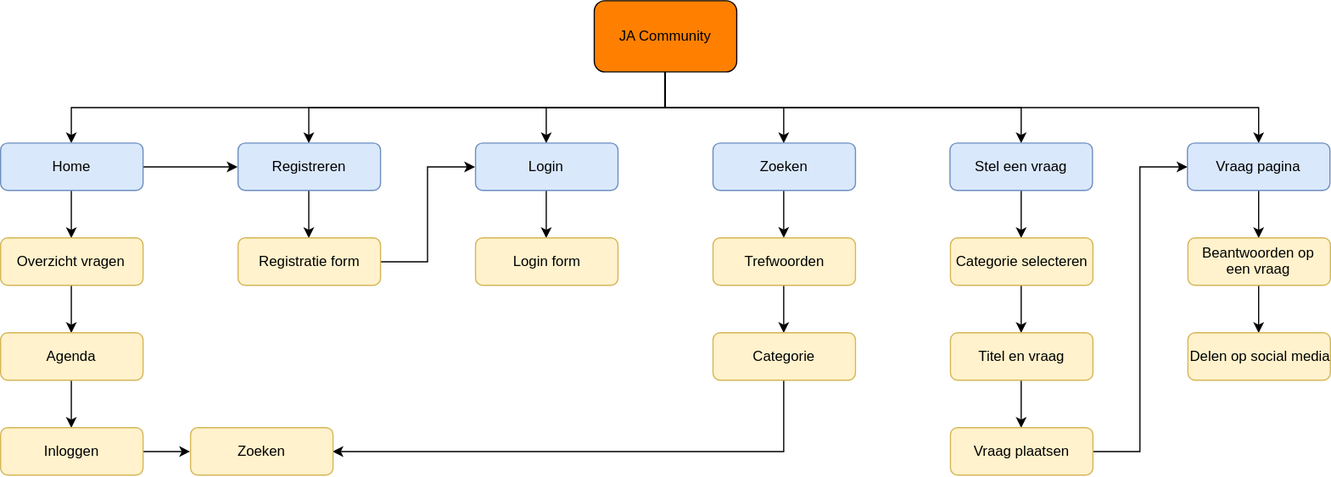
The draw.io diagram docs/Flowchart.svg in LimitedDani/My-Band-Project, before a commit. Source tidied: cells renumbered, new cells last; positions are measured from the earlier drawing's top-left corner, leaving out a move shared by most shapes. Its diagram source:
```xml
<mxGraphModel background="#ffffff">
  <root>
    <mxCell id="0" />
    <mxCell id="1" parent="0" />
    <mxCell id="2" style="edgeStyle=orthogonalEdgeStyle;rounded=0;html=1;exitX=0.5;exitY=1;entryX=0.5;entryY=0;jettySize=auto;" parent="1" edge="1" source="8" target="11">
      <mxGeometry relative="1" as="geometry" />
    </mxCell>
    <mxCell id="3" style="edgeStyle=orthogonalEdgeStyle;rounded=0;html=1;exitX=0.5;exitY=1;entryX=0.5;entryY=0;jettySize=auto;" parent="1" edge="1" source="8" target="13">
      <mxGeometry relative="1" as="geometry" />
    </mxCell>
    <mxCell id="4" style="edgeStyle=orthogonalEdgeStyle;rounded=0;html=1;exitX=0.5;exitY=1;entryX=0.5;entryY=0;jettySize=auto;" parent="1" edge="1" source="8" target="15">
      <mxGeometry relative="1" as="geometry" />
    </mxCell>
    <mxCell id="5" style="edgeStyle=orthogonalEdgeStyle;rounded=0;html=1;exitX=0.5;exitY=1;entryX=0.5;entryY=0;jettySize=auto;" parent="1" edge="1" source="8" target="17">
      <mxGeometry relative="1" as="geometry" />
    </mxCell>
    <mxCell id="6" style="edgeStyle=orthogonalEdgeStyle;rounded=0;html=1;exitX=0.5;exitY=1;entryX=0.5;entryY=0;jettySize=auto;" parent="1" edge="1" source="8" target="19">
      <mxGeometry relative="1" as="geometry" />
    </mxCell>
    <mxCell id="7" style="edgeStyle=orthogonalEdgeStyle;rounded=0;html=1;exitX=0.5;exitY=1;entryX=0.5;entryY=0;jettySize=auto;" parent="1" edge="1" source="8" target="40">
      <mxGeometry relative="1" as="geometry" />
    </mxCell>
    <mxCell id="8" value="JA Community" style="rounded=1;whiteSpace=wrap;html=1;fillColor=#FF8000;" parent="1" vertex="1">
      <mxGeometry x="500" width="120" height="60" as="geometry" />
    </mxCell>
    <mxCell id="9" style="edgeStyle=orthogonalEdgeStyle;rounded=0;html=1;exitX=0.5;exitY=1;entryX=0.5;entryY=0;jettySize=auto;" parent="1" edge="1" source="11" target="21">
      <mxGeometry relative="1" as="geometry" />
    </mxCell>
    <mxCell id="10" style="edgeStyle=orthogonalEdgeStyle;rounded=0;html=1;exitX=1;exitY=0.5;entryX=0;entryY=0.5;jettySize=auto;" parent="1" edge="1" source="11" target="13">
      <mxGeometry relative="1" as="geometry" />
    </mxCell>
    <mxCell id="11" value="Home" style="rounded=1;whiteSpace=wrap;html=1;fillColor=#dae8fc;strokeColor=#6c8ebf;" parent="1" vertex="1">
      <mxGeometry y="120" width="120" height="40" as="geometry" />
    </mxCell>
    <mxCell id="12" style="edgeStyle=orthogonalEdgeStyle;rounded=0;html=1;exitX=0.5;exitY=1;entryX=0.5;entryY=0;jettySize=auto;" parent="1" edge="1" source="13" target="27">
      <mxGeometry relative="1" as="geometry" />
    </mxCell>
    <mxCell id="13" value="Registreren" style="rounded=1;whiteSpace=wrap;html=1;fillColor=#dae8fc;strokeColor=#6c8ebf;" parent="1" vertex="1">
      <mxGeometry x="200" y="120" width="120" height="40" as="geometry" />
    </mxCell>
    <mxCell id="14" style="edgeStyle=orthogonalEdgeStyle;rounded=0;html=1;entryX=0.5;entryY=0;jettySize=auto;" parent="1" edge="1" source="15" target="29">
      <mxGeometry relative="1" as="geometry" />
    </mxCell>
    <mxCell id="15" value="Login" style="rounded=1;whiteSpace=wrap;html=1;fillColor=#dae8fc;strokeColor=#6c8ebf;" parent="1" vertex="1">
      <mxGeometry x="400" y="120" width="120" height="40" as="geometry" />
    </mxCell>
    <mxCell id="16" style="edgeStyle=orthogonalEdgeStyle;rounded=0;html=1;exitX=0.5;exitY=1;jettySize=auto;" parent="1" edge="1" source="17" target="31">
      <mxGeometry relative="1" as="geometry" />
    </mxCell>
    <mxCell id="17" value="Zoeken" style="rounded=1;whiteSpace=wrap;html=1;fillColor=#dae8fc;strokeColor=#6c8ebf;" parent="1" vertex="1">
      <mxGeometry x="600" y="120" width="120" height="40" as="geometry" />
    </mxCell>
    <mxCell id="18" style="edgeStyle=orthogonalEdgeStyle;rounded=0;html=1;exitX=0.5;exitY=1;entryX=0.5;entryY=0;jettySize=auto;" parent="1" edge="1" source="19" target="36">
      <mxGeometry relative="1" as="geometry" />
    </mxCell>
    <mxCell id="19" value="Stel een vraag" style="rounded=1;whiteSpace=wrap;html=1;fillColor=#dae8fc;strokeColor=#6c8ebf;" parent="1" vertex="1">
      <mxGeometry x="799.6" y="120" width="120" height="40" as="geometry" />
    </mxCell>
    <mxCell id="20" style="edgeStyle=orthogonalEdgeStyle;rounded=0;html=1;exitX=0.5;exitY=1;entryX=0.5;entryY=0;jettySize=auto;" parent="1" edge="1" source="21" target="23">
      <mxGeometry relative="1" as="geometry" />
    </mxCell>
    <mxCell id="21" value="Overzicht vragen" style="rounded=1;whiteSpace=wrap;html=1;fillColor=#fff2cc;strokeColor=#d6b656;" parent="1" vertex="1">
      <mxGeometry y="200" width="120" height="40" as="geometry" />
    </mxCell>
    <mxCell id="22" style="edgeStyle=orthogonalEdgeStyle;rounded=0;html=1;exitX=0.5;exitY=1;entryX=0.5;entryY=0;jettySize=auto;" parent="1" edge="1" source="23" target="25">
      <mxGeometry relative="1" as="geometry" />
    </mxCell>
    <mxCell id="23" value="Agenda" style="rounded=1;whiteSpace=wrap;html=1;fillColor=#fff2cc;strokeColor=#d6b656;" parent="1" vertex="1">
      <mxGeometry y="280" width="120" height="40" as="geometry" />
    </mxCell>
    <mxCell id="24" style="edgeStyle=orthogonalEdgeStyle;rounded=0;html=1;exitX=1;exitY=0.5;entryX=0;entryY=0.5;jettySize=auto;" parent="1" edge="1" source="25" target="34">
      <mxGeometry relative="1" as="geometry" />
    </mxCell>
    <mxCell id="25" value="Inloggen" style="rounded=1;whiteSpace=wrap;html=1;fillColor=#fff2cc;strokeColor=#d6b656;" parent="1" vertex="1">
      <mxGeometry y="360" width="120" height="40" as="geometry" />
    </mxCell>
    <mxCell id="26" style="edgeStyle=orthogonalEdgeStyle;rounded=0;html=1;exitX=1;exitY=0.5;entryX=0;entryY=0.5;jettySize=auto;" parent="1" edge="1" source="27" target="15">
      <mxGeometry relative="1" as="geometry" />
    </mxCell>
    <mxCell id="27" value="Registratie form" style="rounded=1;whiteSpace=wrap;html=1;fillColor=#fff2cc;strokeColor=#d6b656;" parent="1" vertex="1">
      <mxGeometry x="200" y="200" width="120" height="40" as="geometry" />
    </mxCell>
    <mxCell id="28" style="edgeStyle=orthogonalEdgeStyle;rounded=0;html=1;exitX=0.5;exitY=0;entryX=0.5;entryY=0;jettySize=auto;orthogonalLoop=1;" parent="1" edge="1" source="13" target="13">
      <mxGeometry relative="1" as="geometry" />
    </mxCell>
    <mxCell id="29" value="Login form" style="rounded=1;whiteSpace=wrap;html=1;fillColor=#fff2cc;strokeColor=#d6b656;" parent="1" vertex="1">
      <mxGeometry x="400" y="200" width="120" height="40" as="geometry" />
    </mxCell>
    <mxCell id="30" style="edgeStyle=orthogonalEdgeStyle;rounded=0;html=1;exitX=0.5;exitY=1;entryX=0.5;entryY=0;jettySize=auto;" parent="1" edge="1" source="31" target="33">
      <mxGeometry relative="1" as="geometry" />
    </mxCell>
    <mxCell id="31" value="Trefwoorden" style="rounded=1;whiteSpace=wrap;html=1;fillColor=#fff2cc;strokeColor=#d6b656;" parent="1" vertex="1">
      <mxGeometry x="600" y="200" width="120" height="40" as="geometry" />
    </mxCell>
    <mxCell id="32" style="edgeStyle=orthogonalEdgeStyle;rounded=0;html=1;exitX=0.5;exitY=1;entryX=1;entryY=0.5;jettySize=auto;" parent="1" edge="1" source="33" target="34">
      <mxGeometry relative="1" as="geometry" />
    </mxCell>
    <mxCell id="33" value="Categorie" style="rounded=1;whiteSpace=wrap;html=1;fillColor=#fff2cc;strokeColor=#d6b656;" parent="1" vertex="1">
      <mxGeometry x="600" y="280" width="120" height="40" as="geometry" />
    </mxCell>
    <mxCell id="34" value="Zoeken" style="rounded=1;whiteSpace=wrap;html=1;fillColor=#fff2cc;strokeColor=#d6b656;" parent="1" vertex="1">
      <mxGeometry x="160" y="360" width="120" height="40" as="geometry" />
    </mxCell>
    <mxCell id="35" style="edgeStyle=orthogonalEdgeStyle;rounded=0;html=1;exitX=0.5;exitY=1;entryX=0.5;entryY=0;jettySize=auto;" parent="1" edge="1" source="36" target="38">
      <mxGeometry relative="1" as="geometry" />
    </mxCell>
    <mxCell id="36" value="Categorie selecteren" style="rounded=1;whiteSpace=wrap;html=1;fillColor=#fff2cc;strokeColor=#d6b656;" parent="1" vertex="1">
      <mxGeometry x="800" y="200" width="120" height="40" as="geometry" />
    </mxCell>
    <mxCell id="37" style="edgeStyle=orthogonalEdgeStyle;rounded=0;html=1;exitX=0.5;exitY=1;entryX=0.5;entryY=0;jettySize=auto;" parent="1" edge="1" source="38" target="45">
      <mxGeometry relative="1" as="geometry" />
    </mxCell>
    <mxCell id="38" value="Titel en vraag" style="rounded=1;whiteSpace=wrap;html=1;fillColor=#fff2cc;strokeColor=#d6b656;" parent="1" vertex="1">
      <mxGeometry x="800" y="280" width="120" height="40" as="geometry" />
    </mxCell>
    <mxCell id="39" style="edgeStyle=orthogonalEdgeStyle;rounded=0;html=1;exitX=0.5;exitY=1;entryX=0.5;entryY=0;jettySize=auto;" parent="1" edge="1" source="40" target="42">
      <mxGeometry relative="1" as="geometry" />
    </mxCell>
    <mxCell id="40" value="Vraag pagina" style="rounded=1;whiteSpace=wrap;html=1;fillColor=#dae8fc;strokeColor=#6c8ebf;" parent="1" vertex="1">
      <mxGeometry x="999.6" y="120" width="120" height="40" as="geometry" />
    </mxCell>
    <mxCell id="41" style="edgeStyle=orthogonalEdgeStyle;rounded=0;html=1;exitX=0.5;exitY=1;entryX=0.5;entryY=0;jettySize=auto;" parent="1" edge="1" source="42" target="43">
      <mxGeometry relative="1" as="geometry" />
    </mxCell>
    <mxCell id="42" value="Beantwoorden op een vraag" style="rounded=1;whiteSpace=wrap;html=1;fillColor=#fff2cc;strokeColor=#d6b656;" parent="1" vertex="1">
      <mxGeometry x="1000" y="200" width="120" height="40" as="geometry" />
    </mxCell>
    <mxCell id="43" value="Delen op social media" style="rounded=1;whiteSpace=wrap;html=1;fillColor=#fff2cc;strokeColor=#d6b656;" parent="1" vertex="1">
      <mxGeometry x="1000" y="280" width="120" height="40" as="geometry" />
    </mxCell>
    <mxCell id="44" style="edgeStyle=orthogonalEdgeStyle;rounded=0;html=1;exitX=1;exitY=0.5;entryX=0;entryY=0.5;jettySize=auto;" parent="1" edge="1" source="45" target="40">
      <mxGeometry relative="1" as="geometry" />
    </mxCell>
    <mxCell id="45" value="Vraag plaatsen" style="rounded=1;whiteSpace=wrap;html=1;fillColor=#fff2cc;strokeColor=#d6b656;" parent="1" vertex="1">
      <mxGeometry x="800" y="360" width="120" height="40" as="geometry" />
    </mxCell>
    <mxCell id="46" style="edgeStyle=orthogonalEdgeStyle;rounded=0;html=1;exitX=0;exitY=0.5;entryX=0;entryY=0.5;jettySize=auto;orthogonalLoop=1;" parent="1" edge="1" source="29" target="29">
      <mxGeometry relative="1" as="geometry" />
    </mxCell>
  </root>
</mxGraphModel>
```
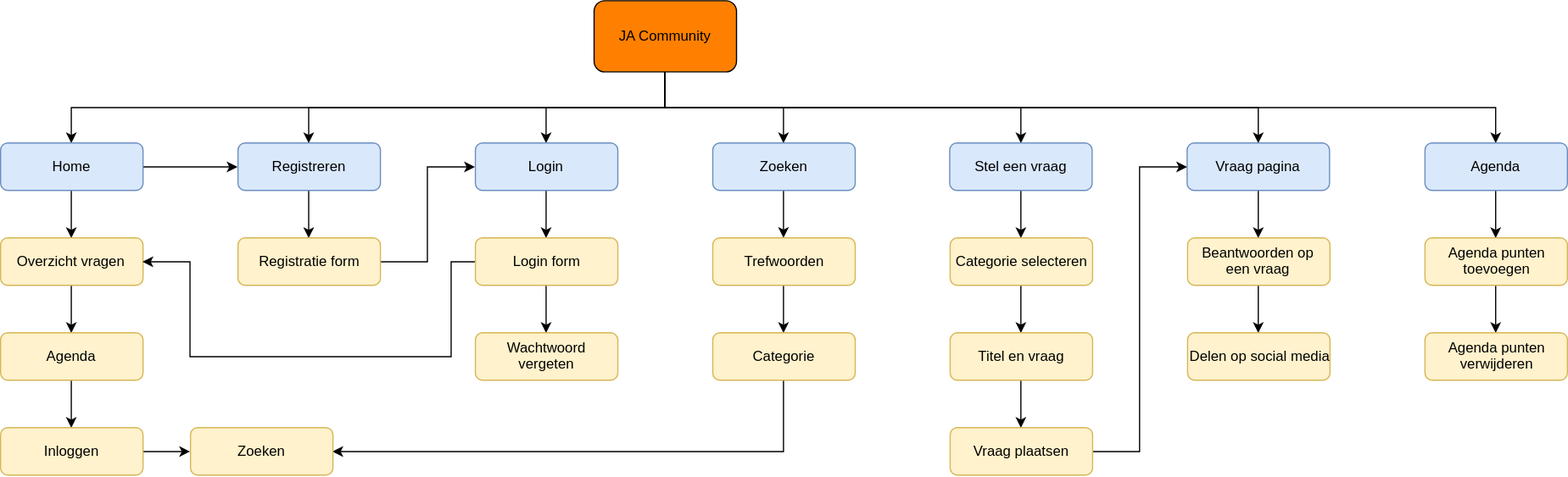
After the commit.

What changed in the source:
```diff
@@ -20,6 +20,9 @@
     <mxCell id="7" style="edgeStyle=orthogonalEdgeStyle;rounded=0;html=1;exitX=0.5;exitY=1;entryX=0.5;entryY=0;jettySize=auto;" parent="1" edge="1" source="8" target="40">
       <mxGeometry relative="1" as="geometry" />
     </mxCell>
+    <mxCell id="47" style="edgeStyle=orthogonalEdgeStyle;rounded=0;html=1;exitX=0.5;exitY=1;entryX=0.5;entryY=0;jettySize=auto;" parent="1" edge="1" source="8" target="51">
+      <mxGeometry relative="1" as="geometry" />
+    </mxCell>
     <mxCell id="8" value="JA Community" style="rounded=1;whiteSpace=wrap;html=1;fillColor=#FF8000;" parent="1" vertex="1">
       <mxGeometry x="500" width="120" height="60" as="geometry" />
     </mxCell>
@@ -83,6 +86,19 @@
     <mxCell id="28" style="edgeStyle=orthogonalEdgeStyle;rounded=0;html=1;exitX=0.5;exitY=0;entryX=0.5;entryY=0;jettySize=auto;orthogonalLoop=1;" parent="1" edge="1" source="13" target="13">
       <mxGeometry relative="1" as="geometry" />
     </mxCell>
+    <mxCell id="48" style="edgeStyle=orthogonalEdgeStyle;rounded=0;html=1;exitX=0;exitY=0.5;entryX=1;entryY=0.5;jettySize=auto;" parent="1" edge="1" source="29" target="21">
+      <mxGeometry relative="1" as="geometry">
+        <Array as="points">
+          <mxPoint x="380" y="220" />
+          <mxPoint x="380" y="300" />
+          <mxPoint x="160" y="300" />
+          <mxPoint x="160" y="220" />
+        </Array>
+      </mxGeometry>
+    </mxCell>
+    <mxCell id="49" style="edgeStyle=orthogonalEdgeStyle;rounded=0;html=1;exitX=0.5;exitY=1;entryX=0.5;entryY=0;jettySize=auto;" parent="1" edge="1" source="29" target="52">
+      <mxGeometry relative="1" as="geometry" />
+    </mxCell>
     <mxCell id="29" value="Login form" style="rounded=1;whiteSpace=wrap;html=1;fillColor=#fff2cc;strokeColor=#d6b656;" parent="1" vertex="1">
       <mxGeometry x="400" y="200" width="120" height="40" as="geometry" />
     </mxCell>
@@ -137,5 +153,23 @@
     <mxCell id="46" style="edgeStyle=orthogonalEdgeStyle;rounded=0;html=1;exitX=0;exitY=0.5;entryX=0;entryY=0.5;jettySize=auto;orthogonalLoop=1;" parent="1" edge="1" source="29" target="29">
       <mxGeometry relative="1" as="geometry" />
     </mxCell>
+    <mxCell id="50" style="edgeStyle=orthogonalEdgeStyle;rounded=0;html=1;exitX=0.5;exitY=1;entryX=0.5;entryY=0;jettySize=auto;" parent="1" edge="1" source="51" target="54">
+      <mxGeometry relative="1" as="geometry" />
+    </mxCell>
+    <mxCell id="51" value="Agenda" style="rounded=1;whiteSpace=wrap;html=1;fillColor=#dae8fc;strokeColor=#6c8ebf;" parent="1" vertex="1">
+      <mxGeometry x="1200" y="120" width="120" height="40" as="geometry" />
+    </mxCell>
+    <mxCell id="52" value="Wachtwoord&lt;div&gt;vergeten&lt;/div&gt;" style="rounded=1;whiteSpace=wrap;html=1;fillColor=#fff2cc;strokeColor=#d6b656;" parent="1" vertex="1">
+      <mxGeometry x="400" y="280" width="120" height="40" as="geometry" />
+    </mxCell>
+    <mxCell id="53" style="edgeStyle=orthogonalEdgeStyle;rounded=0;html=1;exitX=0.5;exitY=1;entryX=0.5;entryY=0;jettySize=auto;" parent="1" edge="1" source="54" target="55">
+      <mxGeometry relative="1" as="geometry" />
+    </mxCell>
+    <mxCell id="54" value="Agenda punten&lt;div&gt;toevoegen&lt;/div&gt;" style="rounded=1;whiteSpace=wrap;html=1;fillColor=#fff2cc;strokeColor=#d6b656;" parent="1" vertex="1">
+      <mxGeometry x="1200" y="200" width="120" height="40" as="geometry" />
+    </mxCell>
+    <mxCell id="55" value="Agenda punten&lt;div&gt;verwijderen&lt;/div&gt;" style="rounded=1;whiteSpace=wrap;html=1;fillColor=#fff2cc;strokeColor=#d6b656;" parent="1" vertex="1">
+      <mxGeometry x="1200" y="280" width="120" height="40" as="geometry" />
+    </mxCell>
   </root>
 </mxGraphModel>
```
